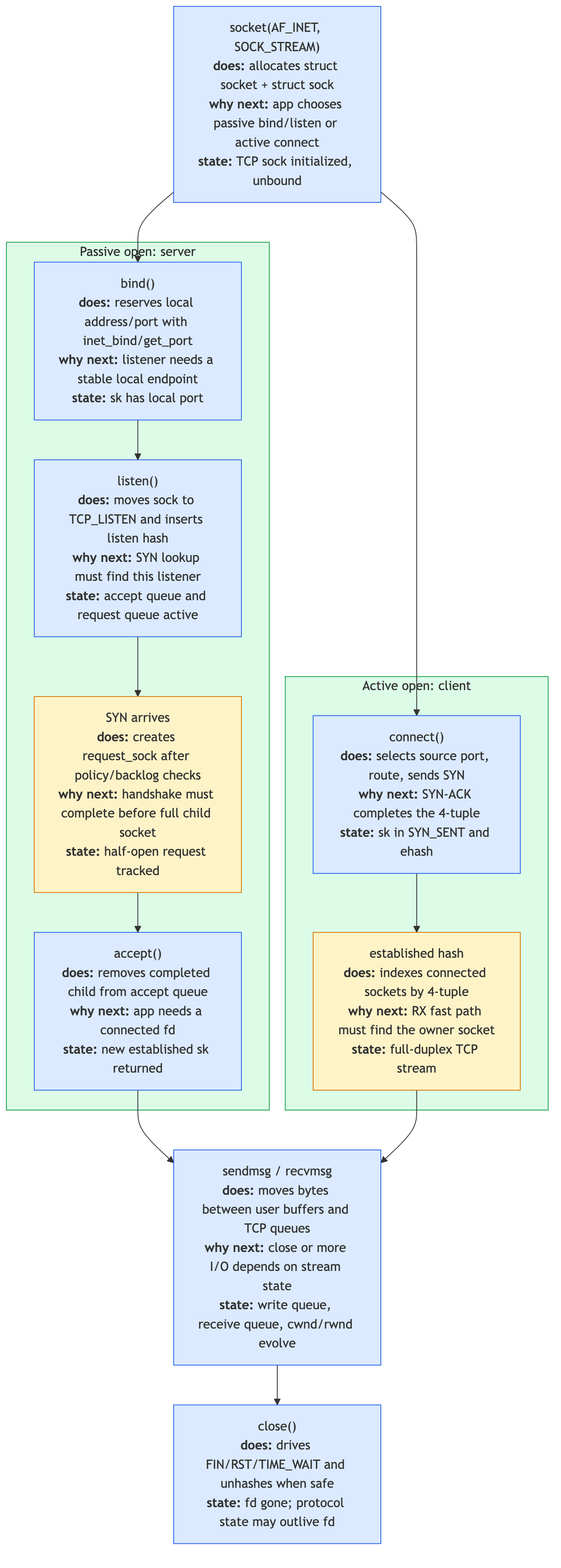
Earlier version of the Mermaid export linux-net/src/diagrams/day13_socket_lifecycle.png (biefy/books). Its source is kept beside it as linux-net/src/diagrams/src/day13_socket_lifecycle.mmd.
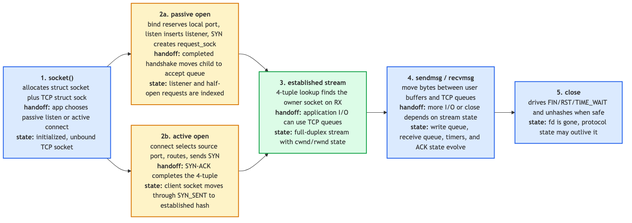
The same diagram one commit later.

What changed in the source:
```diff
@@ -1,28 +1,22 @@
-flowchart TD
-    Socket["socket(AF_INET, SOCK_STREAM)<br/><b>does:</b> allocates struct socket + struct sock<br/><b>why next:</b> app chooses passive bind/listen or active connect<br/><b>state:</b> TCP sock initialized, unbound"]
+flowchart LR
+    Socket["<b>1. socket()</b><br/>allocates struct socket plus TCP struct sock<br/><b>handoff:</b> app chooses passive listen or active connect<br/><b>state:</b> initialized, unbound TCP socket"]
 
-    subgraph Passive["Passive open: server"]
-        Bind["bind()<br/><b>does:</b> reserves local address/port with inet_bind/get_port<br/><b>why next:</b> listener needs a stable local endpoint<br/><b>state:</b> sk has local port"]
-        Listen["listen()<br/><b>does:</b> moves sock to TCP_LISTEN and inserts listen hash<br/><b>why next:</b> SYN lookup must find this listener<br/><b>state:</b> accept queue and request queue active"]
-        Syn["SYN arrives<br/><b>does:</b> creates request_sock after policy/backlog checks<br/><b>why next:</b> handshake must complete before full child socket<br/><b>state:</b> half-open request tracked"]
-        Accept["accept()<br/><b>does:</b> removes completed child from accept queue<br/><b>why next:</b> app needs a connected fd<br/><b>state:</b> new established sk returned"]
-    end
+    Passive["<b>2a. passive open</b><br/>bind reserves local port, listen inserts listener, SYN creates request_sock<br/><b>handoff:</b> completed handshake moves child to accept queue<br/><b>state:</b> listener and half-open requests are indexed"]
 
-    subgraph Active["Active open: client"]
-        Connect["connect()<br/><b>does:</b> selects source port, route, sends SYN<br/><b>why next:</b> SYN-ACK completes the 4-tuple<br/><b>state:</b> sk in SYN_SENT and ehash"]
-        Established["established hash<br/><b>does:</b> indexes connected sockets by 4-tuple<br/><b>why next:</b> RX fast path must find the owner socket<br/><b>state:</b> full-duplex TCP stream"]
-    end
+    Active["<b>2b. active open</b><br/>connect selects source port, routes, sends SYN<br/><b>handoff:</b> SYN-ACK completes the 4-tuple<br/><b>state:</b> client socket moves through SYN_SENT to established hash"]
 
-    IO["sendmsg / recvmsg<br/><b>does:</b> moves bytes between user buffers and TCP queues<br/><b>why next:</b> close or more I/O depends on stream state<br/><b>state:</b> write queue, receive queue, cwnd/rwnd evolve"]
-    Close["close()<br/><b>does:</b> drives FIN/RST/TIME_WAIT and unhashes when safe<br/><b>state:</b> fd gone; protocol state may outlive fd"]
+    Established["<b>3. established stream</b><br/>4-tuple lookup finds the owner socket on RX<br/><b>handoff:</b> application I/O can use TCP queues<br/><b>state:</b> full-duplex stream with cwnd/rwnd state"]
 
-    Socket --> Bind --> Listen --> Syn --> Accept --> IO
-    Socket --> Connect --> Established --> IO
-    IO --> Close
+    IO["<b>4. sendmsg / recvmsg</b><br/>move bytes between user buffers and TCP queues<br/><b>handoff:</b> more I/O or close depends on stream state<br/><b>state:</b> write queue, receive queue, timers, and ACK state evolve"]
 
-    classDef api fill:#dbeafe,stroke:#2563eb
-    classDef table fill:#fef3c7,stroke:#d97706
-    classDef state fill:#dcfce7,stroke:#16a34a
-    class Socket,Bind,Listen,Accept,Connect,IO,Close api
-    class Syn,Established table
-    class Passive,Active state
+    Close["<b>5. close</b><br/>drives FIN/RST/TIME_WAIT and unhashes when safe<br/><b>state:</b> fd is gone, protocol state may outlive it"]
+
+    Socket --> Passive --> Established --> IO --> Close
+    Socket --> Active --> Established
+
+    classDef api fill:#dbeafe,stroke:#2563eb,stroke-width:2px
+    classDef table fill:#fef3c7,stroke:#d97706,stroke-width:2px
+    classDef state fill:#dcfce7,stroke:#16a34a,stroke-width:2px
+    class Socket,IO,Close api
+    class Passive,Active table
+    class Established state
```
